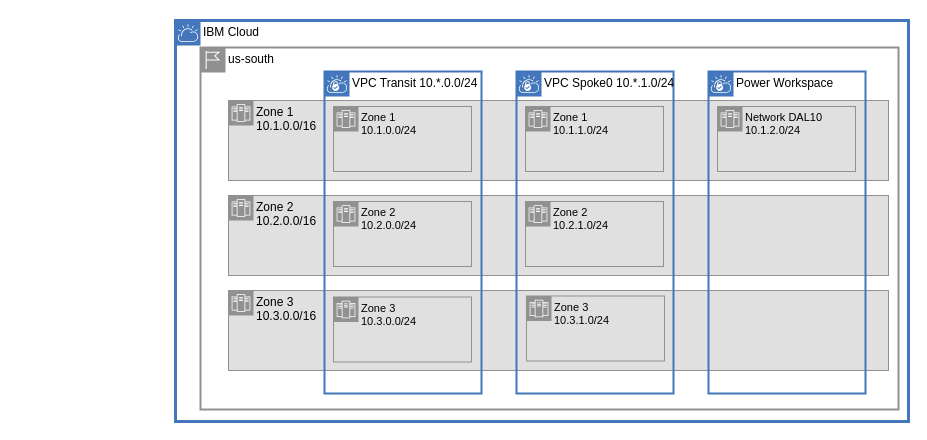
This is page "zones-power" (8 of 23) of images/vpc-transit.drawio from IBM-Cloud/vpc-transit, a draw.io file, before an edit. Source tidied: cells renumbered, new cells numbered last; positions are measured from the earlier drawing's top-left corner, leaving out a move shared by most shapes. Both pictures are drawn from the tidied source at 100%, with x=0, y=0 at pixel (175, 20).
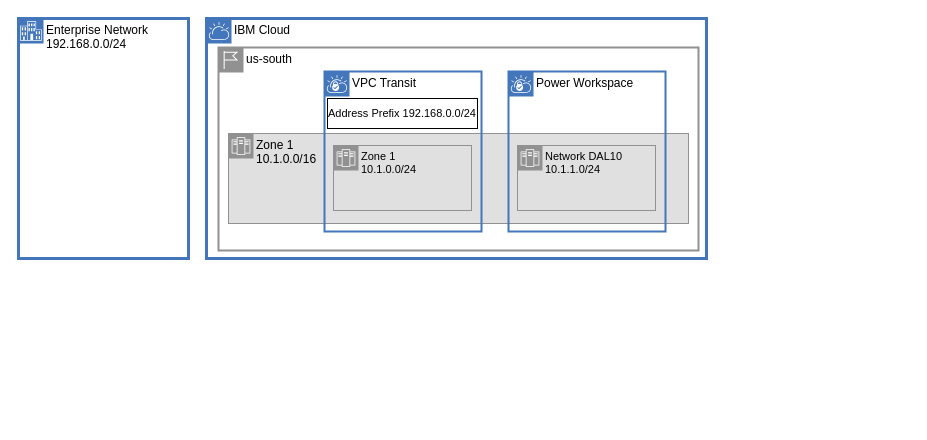
Above is the later version.

Commit message (it also covers changes not shown here):
changed spoke count configuration

Change to the diagram source:
```diff
@@
     <mxCell id="2" value="IBM Cloud" style="shape=mxgraph.ibm.box;prType=cloud;fontStyle=0;verticalAlign=top;align=left;spacingLeft=32;spacingTop=4;fillColor=none;rounded=0;whiteSpace=wrap;html=1;strokeColor=#4376BB;strokeWidth=3;dashed=0;spacing=-4;" parent="1" vertex="1">
-      <mxGeometry width="733" height="401" as="geometry" />
+      <mxGeometry x="31" y="-2" width="500" height="240" as="geometry" />
     </mxCell>
     <mxCell id="3" value="&lt;span style=&quot;font-weight: normal;&quot;&gt;us-south&lt;/span&gt;" style="shape=mxgraph.ibm.box;prType=region;fontStyle=1;verticalAlign=top;align=left;spacingLeft=32;spacingTop=4;fillColor=none;rounded=0;whiteSpace=wrap;html=1;strokeColor=#919191;strokeWidth=2;spacing=-4;" parent="1" vertex="1">
-      <mxGeometry x="25" y="27" width="698" height="362" as="geometry" />
+      <mxGeometry x="43" y="27" width="480" height="203" as="geometry" />
     </mxCell>
     <mxCell id="4" value="Zone 1&lt;br&gt;10.1.0.0/16" style="shape=mxgraph.ibm.box;prType=zone;fontStyle=0;verticalAlign=top;align=left;spacingLeft=32;spacingTop=4;fillColor=#E0E0E0;rounded=0;whiteSpace=wrap;html=1;strokeColor=#919191;strokeWidth=1;dashed=0;spacing=-4;flipV=0;" parent="1" vertex="1">
-      <mxGeometry x="53" y="80" width="660" height="80" as="geometry" />
+      <mxGeometry x="53" y="113" width="460" height="90" as="geometry" />
     </mxCell>
-    <mxCell id="5" value="Zone 2&lt;br&gt;10.2.0.0/16" style="shape=mxgraph.ibm.box;prType=zone;fontStyle=0;verticalAlign=top;align=left;spacingLeft=32;spacingTop=4;fillColor=#E0E0E0;rounded=0;whiteSpace=wrap;html=1;strokeColor=#919191;strokeWidth=1;dashed=0;spacing=-4;flipV=0;" parent="1" vertex="1">
-      <mxGeometry x="53" y="175" width="660" height="80" as="geometry" />
-    </mxCell>
-    <mxCell id="6" value="Zone 3&lt;br&gt;10.3.0.0/16" style="shape=mxgraph.ibm.box;prType=zone;fontStyle=0;verticalAlign=top;align=left;spacingLeft=32;spacingTop=4;fillColor=#E0E0E0;rounded=0;whiteSpace=wrap;html=1;strokeColor=#919191;strokeWidth=1;dashed=0;spacing=-4;flipV=0;" parent="1" vertex="1">
-      <mxGeometry x="53" y="270" width="660" height="80" as="geometry" />
-    </mxCell>
-    <mxCell id="7" style="group;" parent="1" vertex="1">
-      <mxGeometry x="149" y="51" width="157" height="322" as="geometry" />
-    </mxCell>
-    <mxCell id="8" value="VPC Transit 10.*.0.0/24" style="shape=mxgraph.ibm.box;prType=vpc;fontStyle=0;verticalAlign=top;align=left;spacingLeft=32;spacingTop=4;fillColor=none;rounded=0;whiteSpace=wrap;html=1;strokeColor=#4376BB;strokeWidth=2;dashed=0;spacing=-4;" parent="7" vertex="1">
-      <mxGeometry width="157" height="322" as="geometry" />
+    <mxCell id="8" value="VPC Transit" style="shape=mxgraph.ibm.box;prType=vpc;fontStyle=0;verticalAlign=top;align=left;spacingLeft=32;spacingTop=4;fillColor=none;rounded=0;whiteSpace=wrap;html=1;strokeColor=#4376BB;strokeWidth=2;dashed=0;spacing=-4;" parent="1" vertex="1">
+      <mxGeometry x="149" y="51" width="157" height="160" as="geometry" />
     </mxCell>
-    <mxCell id="9" value="Zone 1&lt;br&gt;10.1.0.0/24" style="shape=mxgraph.ibm.box;prType=zone;fontStyle=0;verticalAlign=top;align=left;spacingLeft=32;spacingTop=4;fillColor=#E0E0E0;rounded=0;whiteSpace=wrap;html=1;strokeColor=#919191;strokeWidth=1;dashed=0;spacing=-4;fontFamily=Helvetica;fontSize=11;fontColor=default;" parent="7" vertex="1">
-      <mxGeometry x="9" y="35" width="138" height="65" as="geometry" />
+    <mxCell id="9" value="Zone 1&lt;br&gt;10.1.0.0/24" style="shape=mxgraph.ibm.box;prType=zone;fontStyle=0;verticalAlign=top;align=left;spacingLeft=32;spacingTop=4;fillColor=#E0E0E0;rounded=0;whiteSpace=wrap;html=1;strokeColor=#919191;strokeWidth=1;dashed=0;spacing=-4;fontFamily=Helvetica;fontSize=11;fontColor=default;" parent="1" vertex="1">
+      <mxGeometry x="158" y="125" width="138" height="65" as="geometry" />
     </mxCell>
-    <mxCell id="10" value="Zone 2&lt;br&gt;10.2.0.0/24" style="shape=mxgraph.ibm.box;prType=zone;fontStyle=0;verticalAlign=top;align=left;spacingLeft=32;spacingTop=4;fillColor=#E0E0E0;rounded=0;whiteSpace=wrap;html=1;strokeColor=#919191;strokeWidth=1;dashed=0;spacing=-4;fontFamily=Helvetica;fontSize=11;fontColor=default;" parent="7" vertex="1">
-      <mxGeometry x="9" y="130" width="138" height="65" as="geometry" />
-    </mxCell>
-    <mxCell id="11" value="Zone 3&lt;br&gt;10.3.0.0/24" style="shape=mxgraph.ibm.box;prType=zone;fontStyle=0;verticalAlign=top;align=left;spacingLeft=32;spacingTop=4;fillColor=#E0E0E0;rounded=0;whiteSpace=wrap;html=1;strokeColor=#919191;strokeWidth=1;dashed=0;spacing=-4;fontFamily=Helvetica;fontSize=11;fontColor=default;" parent="7" vertex="1">
-      <mxGeometry x="9" y="225.5" width="138" height="65" as="geometry" />
-    </mxCell>
-    <mxCell id="12" style="group;" parent="1" vertex="1">
-      <mxGeometry x="341" y="51" width="157" height="322" as="geometry" />
-    </mxCell>
-    <mxCell id="13" value="VPC Spoke0 10.*.1.0/24" style="shape=mxgraph.ibm.box;prType=vpc;fontStyle=0;verticalAlign=top;align=left;spacingLeft=32;spacingTop=4;fillColor=none;rounded=0;whiteSpace=wrap;html=1;strokeColor=#4376BB;strokeWidth=2;dashed=0;spacing=-4;" parent="12" vertex="1">
-      <mxGeometry width="157" height="322" as="geometry" />
-    </mxCell>
-    <mxCell id="14" value="Zone 1&lt;br&gt;10.1.1.0/24" style="shape=mxgraph.ibm.box;prType=zone;fontStyle=0;verticalAlign=top;align=left;spacingLeft=32;spacingTop=4;fillColor=#E0E0E0;rounded=0;whiteSpace=wrap;html=1;strokeColor=#919191;strokeWidth=1;dashed=0;spacing=-4;fontFamily=Helvetica;fontSize=11;fontColor=default;" parent="12" vertex="1">
-      <mxGeometry x="9" y="35" width="138" height="65" as="geometry" />
-    </mxCell>
-    <mxCell id="15" value="Zone 2&lt;br&gt;10.2.1.0/24" style="shape=mxgraph.ibm.box;prType=zone;fontStyle=0;verticalAlign=top;align=left;spacingLeft=32;spacingTop=4;fillColor=#E0E0E0;rounded=0;whiteSpace=wrap;html=1;strokeColor=#919191;strokeWidth=1;dashed=0;spacing=-4;fontFamily=Helvetica;fontSize=11;fontColor=default;" parent="12" vertex="1">
-      <mxGeometry x="9" y="130" width="138" height="65" as="geometry" />
-    </mxCell>
-    <mxCell id="16" value="Zone 3&lt;br&gt;10.3.1.0/24" style="shape=mxgraph.ibm.box;prType=zone;fontStyle=0;verticalAlign=top;align=left;spacingLeft=32;spacingTop=4;fillColor=#E0E0E0;rounded=0;whiteSpace=wrap;html=1;strokeColor=#919191;strokeWidth=1;dashed=0;spacing=-4;fontFamily=Helvetica;fontSize=11;fontColor=default;" parent="12" vertex="1">
-      <mxGeometry x="10" y="224.5" width="138" height="65" as="geometry" />
-    </mxCell>
-    <mxCell id="17" style="group;" parent="1" vertex="1">
-      <mxGeometry x="533" y="51" width="157" height="322" as="geometry" />
-    </mxCell>
-    <mxCell id="18" value="Power Workspace" style="shape=mxgraph.ibm.box;prType=vpc;fontStyle=0;verticalAlign=top;align=left;spacingLeft=32;spacingTop=4;fillColor=none;rounded=0;whiteSpace=wrap;html=1;strokeColor=#4376BB;strokeWidth=2;dashed=0;spacing=-4;" parent="17" vertex="1">
-      <mxGeometry width="157" height="322" as="geometry" />
+    <mxCell id="18" value="Power Workspace" style="shape=mxgraph.ibm.box;prType=vpc;fontStyle=0;verticalAlign=top;align=left;spacingLeft=32;spacingTop=4;fillColor=none;rounded=0;whiteSpace=wrap;html=1;strokeColor=#4376BB;strokeWidth=2;dashed=0;spacing=-4;" parent="1" vertex="1">
+      <mxGeometry x="333" y="51" width="157" height="160" as="geometry" />
     </mxCell>
-    <mxCell id="19" value="Network DAL10&lt;br&gt;10.1.2.0/24" style="shape=mxgraph.ibm.box;prType=zone;fontStyle=0;verticalAlign=top;align=left;spacingLeft=32;spacingTop=4;fillColor=#E0E0E0;rounded=0;whiteSpace=wrap;html=1;strokeColor=#919191;strokeWidth=1;dashed=0;spacing=-4;fontFamily=Helvetica;fontSize=11;fontColor=default;" parent="17" vertex="1">
-      <mxGeometry x="9" y="35" width="138" height="65" as="geometry" />
+    <mxCell id="19" value="Network DAL10&lt;br&gt;10.1.1.0/24" style="shape=mxgraph.ibm.box;prType=zone;fontStyle=0;verticalAlign=top;align=left;spacingLeft=32;spacingTop=4;fillColor=#E0E0E0;rounded=0;whiteSpace=wrap;html=1;strokeColor=#919191;strokeWidth=1;dashed=0;spacing=-4;fontFamily=Helvetica;fontSize=11;fontColor=default;" parent="1" vertex="1">
+      <mxGeometry x="342" y="125" width="138" height="65" as="geometry" />
     </mxCell>
+    <mxCell id="21" value="Address Prefix 192.168.0.0/24" style="whiteSpace=wrap;html=1;fontFamily=Helvetica;fontSize=11;fontColor=default;" parent="1" vertex="1">
+      <mxGeometry x="152" y="78" width="150" height="30" as="geometry" />
+    </mxCell>
+    <mxCell id="22" value="Enterprise Network&lt;br&gt;192.168.0.0/24" style="shape=mxgraph.ibm.box;prType=enterprise;fontStyle=0;verticalAlign=top;align=left;spacingLeft=32;spacingTop=4;fillColor=none;rounded=0;whiteSpace=wrap;html=1;strokeColor=#4376BB;strokeWidth=3;dashed=0;spacing=-4;" parent="1" vertex="1">
+      <mxGeometry x="-157" y="-2" width="170" height="240" as="geometry" />
+    </mxCell>
```
